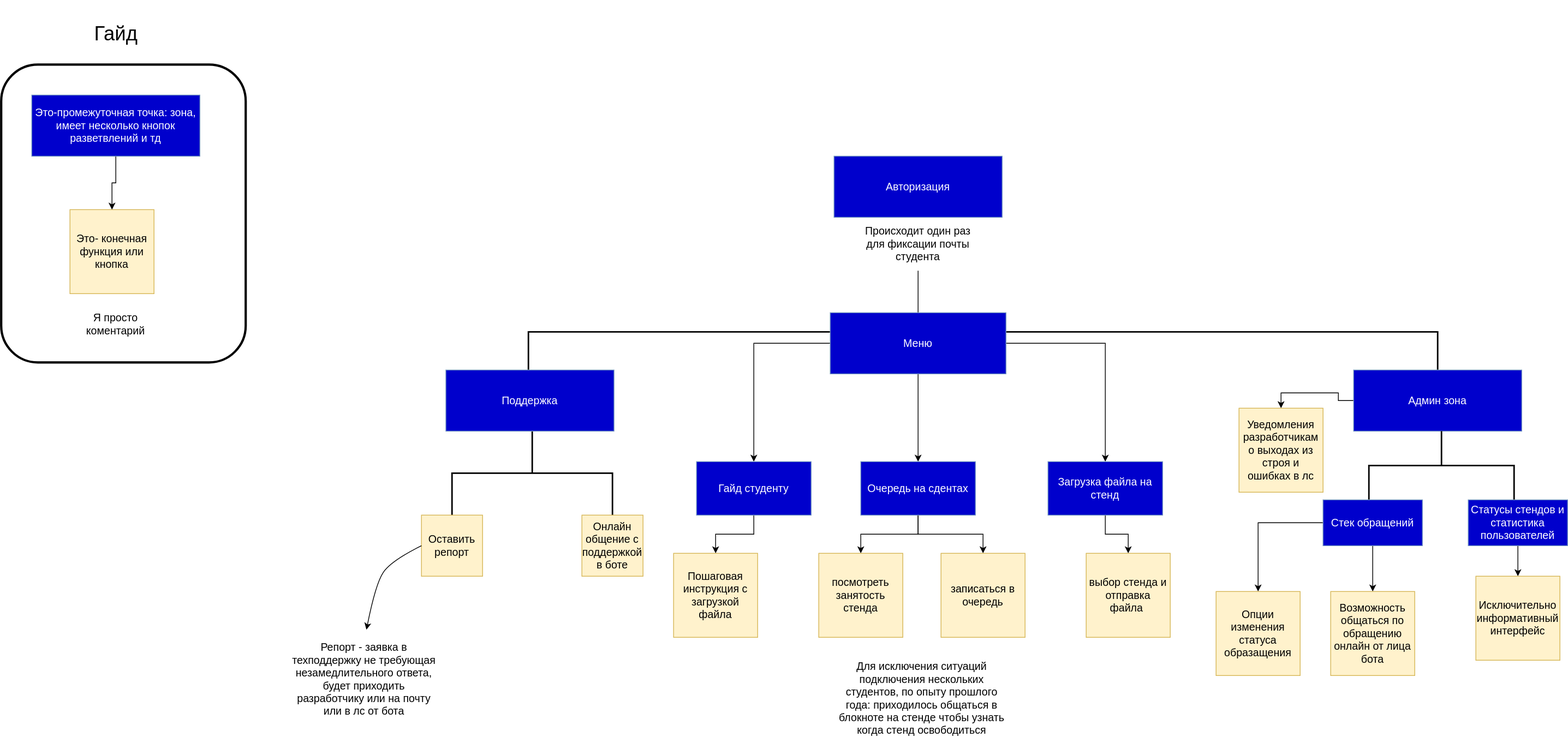
Above: Scheme/bot_user_view.svg in Maksprots/tg_bot_stand_LW (draw.io), before the change. Source tidied: cells renumbered, new cells last; positions are measured from the earlier drawing's top-left corner, leaving out a move shared by most shapes.
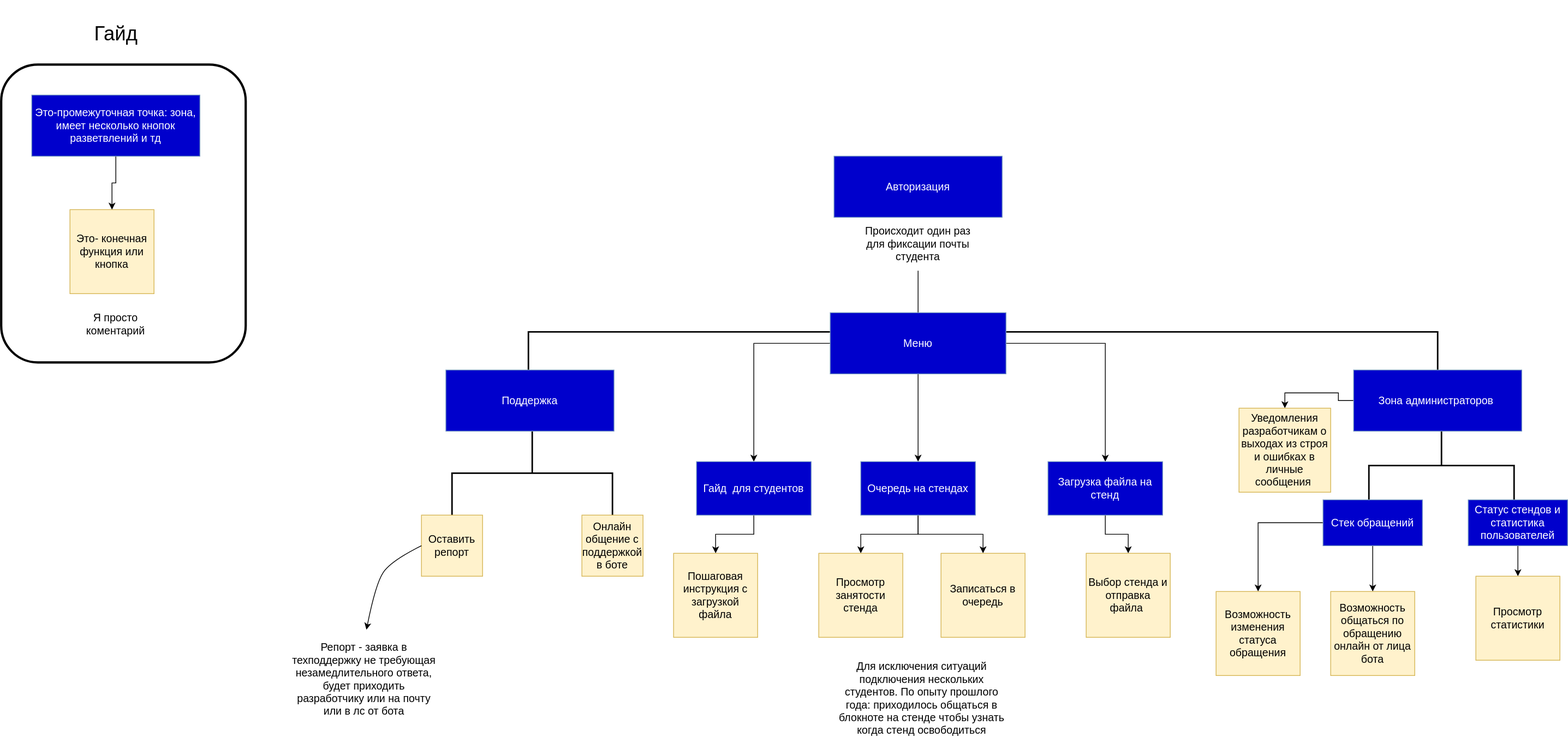
The same file after the commit.

What changed in the source:
```diff
@@ -2,6 +2,9 @@
   <root>
     <mxCell id="0" />
     <mxCell id="1" parent="0" />
+    <mxCell id="19" style="strokeWidth=2;html=1;shape=mxgraph.flowchart.annotation_2;align=left;labelPosition=right;fontSize=14;fontColor=#000000;fillColor=#0000CC;direction=south;" parent="1" vertex="1">
+      <mxGeometry x="1790" y="560" width="190" height="90" as="geometry" />
+    </mxCell>
     <mxCell id="2" style="strokeWidth=2;html=1;shape=mxgraph.flowchart.annotation_1;align=left;fontSize=14;fontColor=#000000;fillColor=#0000CC;direction=south;" parent="1" vertex="1">
       <mxGeometry x="690" y="430" width="510" height="50" as="geometry" />
     </mxCell>
@@ -59,12 +62,9 @@
     <mxCell id="17" style="edgeStyle=orthogonalEdgeStyle;rounded=0;jettySize=auto;html=1;entryX=0.5;entryY=0;entryDx=0;entryDy=0;fontSize=14;fontColor=#000000;" parent="1" edge="1" source="18" target="27">
       <mxGeometry relative="1" as="geometry" />
     </mxCell>
-    <mxCell id="18" value="Админ зона" style="rounded=0;whiteSpace=wrap;html=1;fillColor=#0000CC;strokeColor=#6c8ebf;align=center;fontColor=#FFFFFF;fontSize=14;" parent="1" vertex="1">
+    <mxCell id="18" value="Зона администраторов&amp;nbsp;" style="rounded=0;whiteSpace=wrap;html=1;fillColor=#0000CC;strokeColor=#6c8ebf;align=center;fontColor=#FFFFFF;fontSize=14;" parent="1" vertex="1">
       <mxGeometry x="1770" y="480" width="220" height="80" as="geometry" />
     </mxCell>
-    <mxCell id="19" style="strokeWidth=2;html=1;shape=mxgraph.flowchart.annotation_2;align=left;labelPosition=right;fontSize=14;fontColor=#000000;fillColor=#0000CC;direction=south;" parent="1" vertex="1">
-      <mxGeometry x="1790" y="560" width="190" height="90" as="geometry" />
-    </mxCell>
     <mxCell id="20" style="edgeStyle=orthogonalEdgeStyle;rounded=0;jettySize=auto;html=1;entryX=0.5;entryY=0;entryDx=0;entryDy=0;fontSize=14;fontColor=#000000;" parent="1" edge="1" source="22" target="25">
       <mxGeometry relative="1" as="geometry" />
     </mxCell>
@@ -77,25 +77,25 @@
     <mxCell id="23" style="edgeStyle=orthogonalEdgeStyle;rounded=0;jettySize=auto;html=1;fontSize=14;fontColor=#000000;" parent="1" edge="1" source="24" target="28">
       <mxGeometry relative="1" as="geometry" />
     </mxCell>
-    <mxCell id="24" value="Статусы стендов и статистика пользователей" style="rounded=0;whiteSpace=wrap;html=1;fillColor=#0000CC;strokeColor=#6c8ebf;align=center;fontColor=#FFFFFF;fontSize=14;" parent="1" vertex="1">
+    <mxCell id="24" value="Статус стендов и статистика пользователей" style="rounded=0;whiteSpace=wrap;html=1;fillColor=#0000CC;strokeColor=#6c8ebf;align=center;fontColor=#FFFFFF;fontSize=14;" parent="1" vertex="1">
       <mxGeometry x="1920" y="650" width="130" height="60" as="geometry" />
     </mxCell>
     <mxCell id="25" value="Возможность общаться по обращению онлайн от лица бота" style="rounded=0;whiteSpace=wrap;html=1;fillColor=#fff2cc;strokeColor=#d6b656;align=center;fontSize=14;" parent="1" vertex="1">
       <mxGeometry x="1740" y="770" width="110" height="110" as="geometry" />
     </mxCell>
-    <mxCell id="26" value="Опции изменения статуса образащения&lt;br&gt;" style="rounded=0;whiteSpace=wrap;html=1;fillColor=#fff2cc;strokeColor=#d6b656;align=center;fontSize=14;" parent="1" vertex="1">
+    <mxCell id="26" value="Возможность изменения статуса обращения" style="rounded=0;whiteSpace=wrap;html=1;fillColor=#fff2cc;strokeColor=#d6b656;align=center;fontSize=14;" parent="1" vertex="1">
       <mxGeometry x="1590" y="770" width="110" height="110" as="geometry" />
     </mxCell>
-    <mxCell id="27" value="Уведомления разработчикам о выходах из строя и ошибках в лс" style="rounded=0;whiteSpace=wrap;html=1;fillColor=#fff2cc;strokeColor=#d6b656;align=center;fontSize=14;" parent="1" vertex="1">
-      <mxGeometry x="1620" y="530" width="110" height="110" as="geometry" />
+    <mxCell id="27" value="Уведомления разработчикам о выходах из строя и ошибках в личные сообщения&amp;nbsp;" style="rounded=0;whiteSpace=wrap;html=1;fillColor=#fff2cc;strokeColor=#d6b656;align=center;fontSize=14;" parent="1" vertex="1">
+      <mxGeometry x="1620" y="530" width="120" height="110" as="geometry" />
     </mxCell>
-    <mxCell id="28" value="Исключительно информативный интерфейс" style="rounded=0;whiteSpace=wrap;html=1;fillColor=#fff2cc;strokeColor=#d6b656;align=center;fontSize=14;" parent="1" vertex="1">
+    <mxCell id="28" value="Просмотр статистики" style="rounded=0;whiteSpace=wrap;html=1;fillColor=#fff2cc;strokeColor=#d6b656;align=center;fontSize=14;" parent="1" vertex="1">
       <mxGeometry x="1930" y="750" width="110" height="110" as="geometry" />
     </mxCell>
     <mxCell id="29" style="edgeStyle=orthogonalEdgeStyle;rounded=0;jettySize=auto;html=1;fontSize=14;fontColor=#000000;" parent="1" edge="1" source="30" target="34">
       <mxGeometry relative="1" as="geometry" />
     </mxCell>
-    <mxCell id="30" value="Гайд студенту" style="rounded=0;whiteSpace=wrap;html=1;fillColor=#0000CC;strokeColor=#6c8ebf;align=center;fontColor=#FFFFFF;fontSize=14;" parent="1" vertex="1">
+    <mxCell id="30" value="Гайд&amp;nbsp; для студентов" style="rounded=0;whiteSpace=wrap;html=1;fillColor=#0000CC;strokeColor=#6c8ebf;align=center;fontColor=#FFFFFF;fontSize=14;" parent="1" vertex="1">
       <mxGeometry x="910" y="600" width="150" height="70" as="geometry" />
     </mxCell>
     <mxCell id="31" style="edgeStyle=orthogonalEdgeStyle;rounded=0;jettySize=auto;html=1;fontSize=14;fontColor=#000000;" parent="1" edge="1" source="33" target="36">
@@ -104,19 +104,19 @@
     <mxCell id="32" style="edgeStyle=orthogonalEdgeStyle;rounded=0;jettySize=auto;html=1;fontSize=14;fontColor=#000000;" parent="1" edge="1" source="33" target="35">
       <mxGeometry relative="1" as="geometry" />
     </mxCell>
-    <mxCell id="33" value="Очередь на сдентах" style="rounded=0;whiteSpace=wrap;html=1;fillColor=#0000CC;strokeColor=#6c8ebf;align=center;fontColor=#FFFFFF;fontSize=14;" parent="1" vertex="1">
+    <mxCell id="33" value="Очередь на стендах" style="rounded=0;whiteSpace=wrap;html=1;fillColor=#0000CC;strokeColor=#6c8ebf;align=center;fontColor=#FFFFFF;fontSize=14;" parent="1" vertex="1">
       <mxGeometry x="1125" y="600" width="150" height="70" as="geometry" />
     </mxCell>
     <mxCell id="34" value="Пошаговая инструкция с загрузкой файла" style="rounded=0;whiteSpace=wrap;html=1;fillColor=#fff2cc;strokeColor=#d6b656;align=center;fontSize=14;" parent="1" vertex="1">
       <mxGeometry x="880" y="720" width="110" height="110" as="geometry" />
     </mxCell>
-    <mxCell id="35" value="посмотреть занятость стенда" style="rounded=0;whiteSpace=wrap;html=1;fillColor=#fff2cc;strokeColor=#d6b656;align=center;fontSize=14;" parent="1" vertex="1">
+    <mxCell id="35" value="Просмотр занятости стенда" style="rounded=0;whiteSpace=wrap;html=1;fillColor=#fff2cc;strokeColor=#d6b656;align=center;fontSize=14;" parent="1" vertex="1">
       <mxGeometry x="1070" y="720" width="110" height="110" as="geometry" />
     </mxCell>
-    <mxCell id="36" value="записаться в очередь" style="rounded=0;whiteSpace=wrap;html=1;fillColor=#fff2cc;strokeColor=#d6b656;align=center;fontSize=14;" parent="1" vertex="1">
+    <mxCell id="36" value="Записаться в очередь" style="rounded=0;whiteSpace=wrap;html=1;fillColor=#fff2cc;strokeColor=#d6b656;align=center;fontSize=14;" parent="1" vertex="1">
       <mxGeometry x="1230" y="720" width="110" height="110" as="geometry" />
     </mxCell>
-    <mxCell id="37" value="Для исключения ситуаций подключения нескольких студентов, по опыту прошлого года: приходилось общаться в блокноте на стенде чтобы узнать когда стенд освободиться" style="text;html=1;strokeColor=none;fillColor=none;align=center;verticalAlign=middle;whiteSpace=wrap;rounded=0;fontSize=14;fontColor=#000000;" parent="1" vertex="1">
+    <mxCell id="37" value="Для исключения ситуаций подключения нескольких студентов. По опыту прошлого года: приходилось общаться в блокноте на стенде чтобы узнать когда стенд освободиться" style="text;html=1;strokeColor=none;fillColor=none;align=center;verticalAlign=middle;whiteSpace=wrap;rounded=0;fontSize=14;fontColor=#000000;" parent="1" vertex="1">
       <mxGeometry x="1090" y="860" width="230" height="100" as="geometry" />
     </mxCell>
     <mxCell id="38" style="edgeStyle=orthogonalEdgeStyle;rounded=0;jettySize=auto;html=1;entryX=0.5;entryY=0;entryDx=0;entryDy=0;fontSize=14;fontColor=#000000;" parent="1" edge="1" source="39" target="40">
@@ -125,7 +125,7 @@
     <mxCell id="39" value="Загрузка файла на стенд" style="rounded=0;whiteSpace=wrap;html=1;fillColor=#0000CC;strokeColor=#6c8ebf;align=center;fontColor=#FFFFFF;fontSize=14;" parent="1" vertex="1">
       <mxGeometry x="1370" y="600" width="150" height="70" as="geometry" />
     </mxCell>
-    <mxCell id="40" value="выбор стенда и отправка файла&amp;nbsp;" style="rounded=0;whiteSpace=wrap;html=1;fillColor=#fff2cc;strokeColor=#d6b656;align=center;fontSize=14;" parent="1" vertex="1">
+    <mxCell id="40" value="Выбор стенда и отправка файла&amp;nbsp;" style="rounded=0;whiteSpace=wrap;html=1;fillColor=#fff2cc;strokeColor=#d6b656;align=center;fontSize=14;" parent="1" vertex="1">
       <mxGeometry x="1420" y="720" width="110" height="110" as="geometry" />
     </mxCell>
     <mxCell id="41" value="Это- конечная функция или кнопка" style="rounded=0;whiteSpace=wrap;html=1;fillColor=#fff2cc;strokeColor=#d6b656;align=center;fontSize=14;" parent="1" vertex="1">
```
